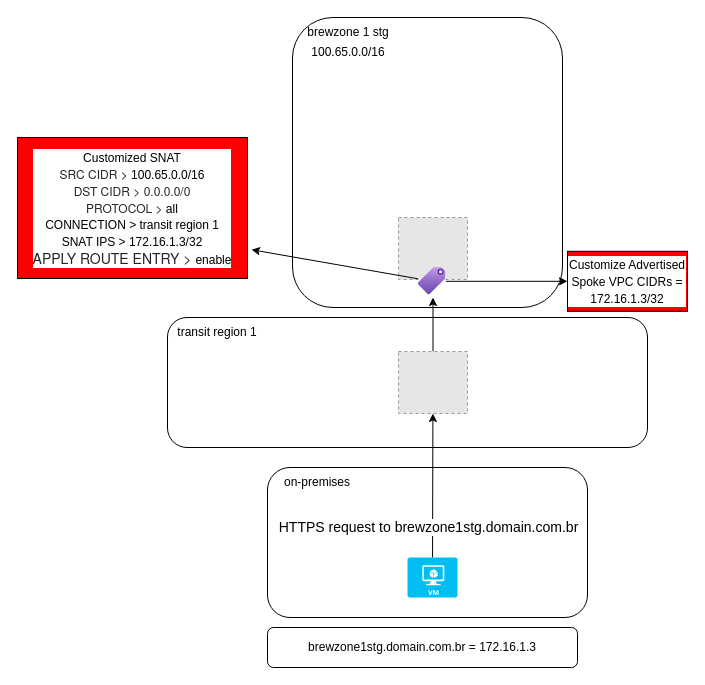
Earlier version of the draw.io diagram page "Routing Feature 3" (5 of 7) of aviatrix/Untitled Diagram.drawio (fe-eccel/.github.io). Source tidied: cells renumbered, new cells numbered last; positions are measured from the earlier drawing's top-left corner, leaving out a move shared by most shapes. Both pictures are drawn from the tidied source at 100%, with x=0, y=0 at pixel (17, 17). Pictures stored in the file or linked from it are replaced by grey dashed boxes.
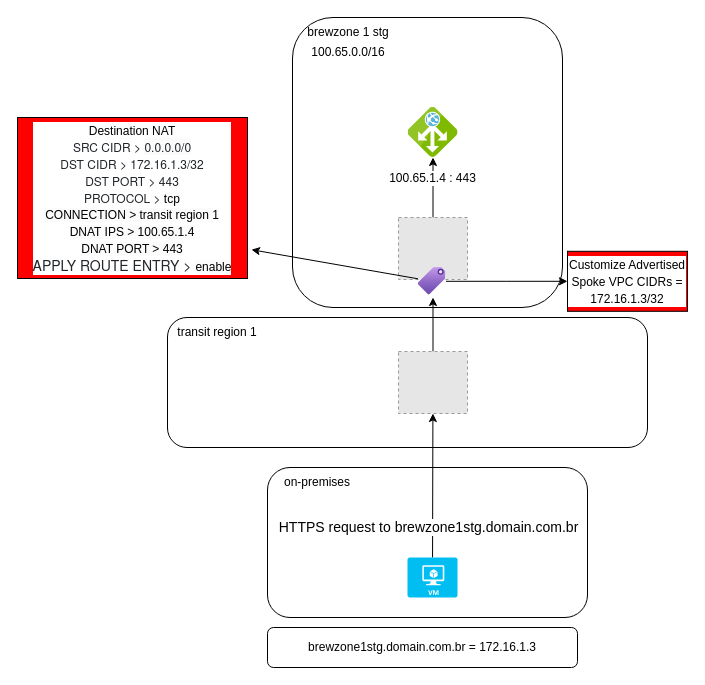
Above is the later version.

Unchanged cells that the change refers to:
```xml
<mxCell id="5" style="fillColor=#E6E6E6;strokeColor=#999999;dashed=1;verticalLabelPosition=bottom;labelBackgroundColor=default;verticalAlign=top;" parent="1" vertex="1">
  <mxGeometry x="381" y="200" width="69" height="62" as="geometry" />
</mxCell>
```

What changed in the source:
```diff
@@
+    <mxCell id="21" style="edgeStyle=none;rounded=0;jettySize=auto;html=1;fontFamily=Helvetica;fontSize=12;" parent="1" edge="1" source="5" target="23">
+      <mxGeometry relative="1" as="geometry" />
+    </mxCell>
+    <mxCell id="22" value="100.65.1.4 : 443" style="edgeLabel;html=1;align=center;verticalAlign=middle;fontSize=12;fontFamily=Helvetica;" parent="21" vertex="1">
+      <mxGeometry x="0.37" y="-1" relative="1" as="geometry">
+        <mxPoint x="-2" y="1" as="offset" />
+      </mxGeometry>
+    </mxCell>
@@
-    <mxCell id="19" value="&lt;font style=&quot;font-size: 12px;&quot;&gt;&lt;span style=&quot;text-align: left;&quot;&gt;Customized &lt;/span&gt;&lt;span style=&quot;text-align: left;&quot;&gt;SNAT&lt;br&gt;&lt;/span&gt;&lt;span style=&quot;color: rgb(33, 37, 41); font-family: Montserrat, &amp;quot;Helvetica Neue&amp;quot;, Arial, sans-serif; text-transform: uppercase;&quot;&gt;SRC CIDR &amp;gt;&amp;nbsp;&lt;/span&gt;&lt;span style=&quot;background-color: rgb(251, 251, 251);&quot;&gt;100.65.0.0/16&lt;br&gt;&lt;/span&gt;&lt;span style=&quot;color: rgb(33, 37, 41); font-family: Montserrat, &amp;quot;Helvetica Neue&amp;quot;, Arial, sans-serif; text-transform: uppercase;&quot;&gt;DST CIDR &amp;gt; 0.0.0.0/0&lt;br&gt;&lt;/span&gt;&lt;/font&gt;&lt;span style=&quot;color: rgb(33, 37, 41); text-transform: uppercase;&quot;&gt;&lt;font style=&quot;font-size: 12px;&quot;&gt;&lt;font face=&quot;Montserrat, Helvetica Neue, Arial, sans-serif&quot;&gt;PROTOCOL &amp;gt;&amp;nbsp;&lt;/font&gt;&lt;/font&gt;&lt;/span&gt;&lt;span style=&quot;font-size: 12px; background-color: rgb(251, 251, 251);&quot;&gt;all&lt;/span&gt;&lt;span style=&quot;color: rgb(33, 37, 41); text-transform: uppercase;&quot;&gt;&lt;font style=&quot;font-size: 12px;&quot;&gt;&lt;br&gt;&lt;/font&gt;&lt;/span&gt;&lt;span style=&quot;font-size: 12px; background-color: rgb(251, 251, 251);&quot;&gt;CONNECTION &amp;gt; transit region 1&lt;br&gt;SNAT IPS &amp;gt; 172.16.1.3/32&lt;br&gt;&lt;/span&gt;&lt;span style=&quot;color: rgb(33, 37, 41); font-family: Montserrat, &amp;quot;Helvetica Neue&amp;quot;, Arial, sans-serif; text-transform: uppercase;&quot;&gt;APPLY ROUTE ENTRY &amp;gt;&amp;nbsp;&lt;/span&gt;&lt;span style=&quot;font-size: 12px; background-color: rgb(251, 251, 251);&quot;&gt;enable&lt;br&gt;&lt;/span&gt;" style="rounded=0;whiteSpace=wrap;html=1;labelBackgroundColor=#FFFFFF;fontSize=14;fillColor=#FF0000;" parent="1" vertex="1">
-      <mxGeometry y="120" width="230" height="141" as="geometry" />
+    <mxCell id="19" value="&lt;div style=&quot;&quot;&gt;&lt;span style=&quot;font-size: 12px;&quot;&gt;&lt;span style=&quot;&quot;&gt; &lt;/span&gt;&lt;span style=&quot;&quot;&gt; &lt;/span&gt;Destination NAT&lt;/span&gt;&lt;/div&gt;&lt;div style=&quot;&quot;&gt;&lt;span style=&quot;font-size: 12px; color: rgb(33, 37, 41); font-family: Montserrat, &amp;quot;Helvetica Neue&amp;quot;, Arial, sans-serif; text-transform: uppercase;&quot;&gt;SRC CIDR &amp;gt; &lt;span style=&quot;background-color: rgb(251, 251, 251);&quot;&gt;0.0.0.0/0&lt;/span&gt;&lt;/span&gt;&lt;/div&gt;&lt;font style=&quot;font-size: 12px;&quot;&gt;&lt;span style=&quot;color: rgb(33, 37, 41); font-family: Montserrat, &amp;quot;Helvetica Neue&amp;quot;, Arial, sans-serif; text-transform: uppercase;&quot;&gt;DST CIDR &amp;gt; 172.16.1.3/32&lt;br&gt;DST PORT &amp;gt; 443&lt;br&gt;&lt;/span&gt;&lt;/font&gt;&lt;span style=&quot;color: rgb(33, 37, 41); text-transform: uppercase;&quot;&gt;&lt;font style=&quot;font-size: 12px;&quot;&gt;&lt;font face=&quot;Montserrat, Helvetica Neue, Arial, sans-serif&quot;&gt;PROTOCOL &amp;gt;&amp;nbsp;&lt;/font&gt;&lt;/font&gt;&lt;/span&gt;&lt;span style=&quot;font-size: 12px; background-color: rgb(251, 251, 251);&quot;&gt;tcp&lt;/span&gt;&lt;span style=&quot;color: rgb(33, 37, 41); text-transform: uppercase;&quot;&gt;&lt;font style=&quot;font-size: 12px;&quot;&gt;&lt;br&gt;&lt;/font&gt;&lt;/span&gt;&lt;span style=&quot;font-size: 12px; background-color: rgb(251, 251, 251);&quot;&gt;CONNECTION &amp;gt; transit region 1&lt;br&gt;DNAT IPS &amp;gt; 100.65.1.4&lt;br&gt;DNAT PORT &amp;gt; 443&lt;br&gt;&lt;/span&gt;&lt;span style=&quot;color: rgb(33, 37, 41); font-family: Montserrat, &amp;quot;Helvetica Neue&amp;quot;, Arial, sans-serif; text-transform: uppercase;&quot;&gt;APPLY ROUTE ENTRY &amp;gt;&amp;nbsp;&lt;/span&gt;&lt;span style=&quot;font-size: 12px; background-color: rgb(251, 251, 251);&quot;&gt;enable&lt;br&gt;&lt;/span&gt;" style="rounded=0;whiteSpace=wrap;html=1;labelBackgroundColor=#FFFFFF;fontSize=14;fillColor=#FF0000;" parent="1" vertex="1">
+      <mxGeometry y="100" width="230" height="161" as="geometry" />
     </mxCell>
@@
+    <mxCell id="23" style="sketch=0;html=1;points=[];align=center;image;fontSize=12;image=img/lib/mscae/Application_Gateway.svg;labelBackgroundColor=#FFFFFF;fontFamily=Helvetica;fillColor=#FF0000;" parent="1" vertex="1">
+      <mxGeometry x="390.5" y="90" width="50" height="50" as="geometry" />
+    </mxCell>
```
